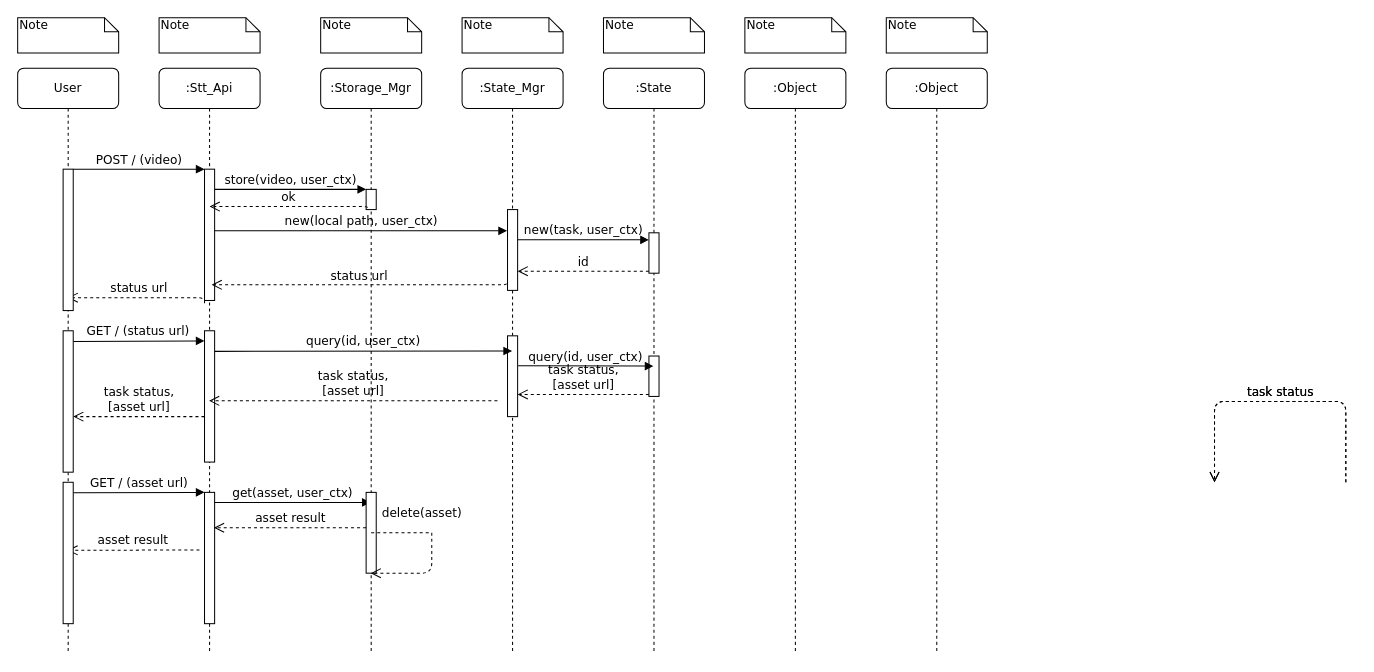
Above: api.drawio in frogrammer/stt (draw.io), before the change. Source tidied: cells renumbered, new cells numbered last; positions are measured from the earlier drawing's top-left corner, leaving out a move shared by most shapes. Both pictures are drawn from the tidied source at 101%, with x=0, y=0 at pixel (-194, 17).
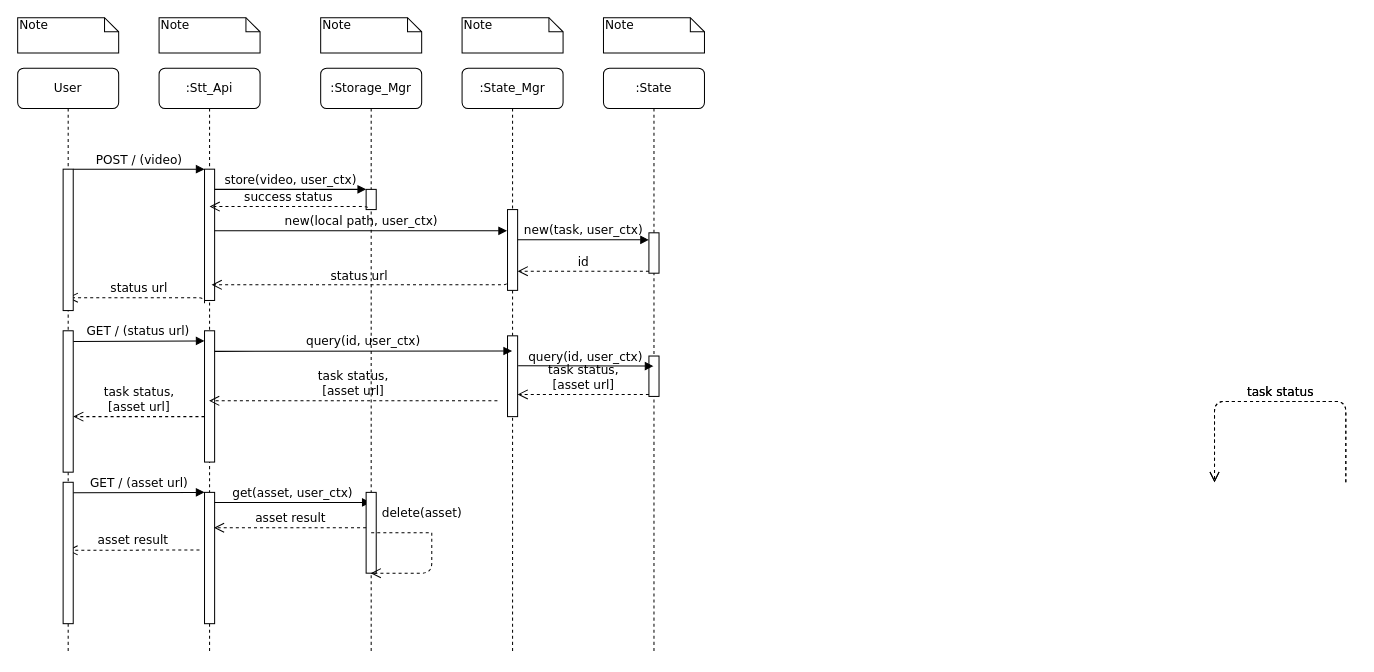
The same diagram, later.

Change to the diagram source:
```diff
@@
-    <mxCell id="23" value=":Object" style="shape=umlLifeline;perimeter=lifelinePerimeter;whiteSpace=wrap;html=1;rounded=1;shadow=0;comic=0;labelBackgroundColor=none;strokeWidth=1;fontFamily=Verdana;fontSize=12;align=center;" parent="1" vertex="1">
-      <mxGeometry x="929" y="50" width="100" height="580" as="geometry" />
-    </mxCell>
-    <mxCell id="24" value=":Object" style="shape=umlLifeline;perimeter=lifelinePerimeter;whiteSpace=wrap;html=1;rounded=1;shadow=0;comic=0;labelBackgroundColor=none;strokeWidth=1;fontFamily=Verdana;fontSize=12;align=center;" parent="1" vertex="1">
-      <mxGeometry x="1069" y="50" width="100" height="580" as="geometry" />
-    </mxCell>
@@
-    <mxCell id="41" value="Note" style="shape=note;whiteSpace=wrap;html=1;size=14;verticalAlign=top;align=left;spacingTop=-6;rounded=0;shadow=0;comic=0;labelBackgroundColor=none;strokeWidth=1;fontFamily=Verdana;fontSize=12;" parent="1" vertex="1">
-      <mxGeometry x="929" width="100" height="35" as="geometry" />
-    </mxCell>
-    <mxCell id="42" value="Note" style="shape=note;whiteSpace=wrap;html=1;size=14;verticalAlign=top;align=left;spacingTop=-6;rounded=0;shadow=0;comic=0;labelBackgroundColor=none;strokeWidth=1;fontFamily=Verdana;fontSize=12;" parent="1" vertex="1">
-      <mxGeometry x="1069" width="100" height="35" as="geometry" />
-    </mxCell>
@@
-    <mxCell id="44" value="ok" style="html=1;verticalAlign=bottom;endArrow=open;dashed=1;endSize=8;labelBackgroundColor=none;fontFamily=Verdana;fontSize=12;edgeStyle=elbowEdgeStyle;elbow=vertical;exitX=0.106;exitY=0.606;exitDx=0;exitDy=0;exitPerimeter=0;" parent="1" edge="1">
+    <mxCell id="44" value="success status" style="html=1;verticalAlign=bottom;endArrow=open;dashed=1;endSize=8;labelBackgroundColor=none;fontFamily=Verdana;fontSize=12;edgeStyle=elbowEdgeStyle;elbow=vertical;exitX=0.106;exitY=0.606;exitDx=0;exitDy=0;exitPerimeter=0;" parent="1" edge="1">
       <mxGeometry relative="1" as="geometry">
         <mxPoint x="555.1" y="188.1" as="sourcePoint" />
         <mxPoint x="399" y="187" as="targetPoint" />
         <Array as="points">
           <mxPoint x="519" y="187" />
         </Array>
       </mxGeometry>
     </mxCell>
```
